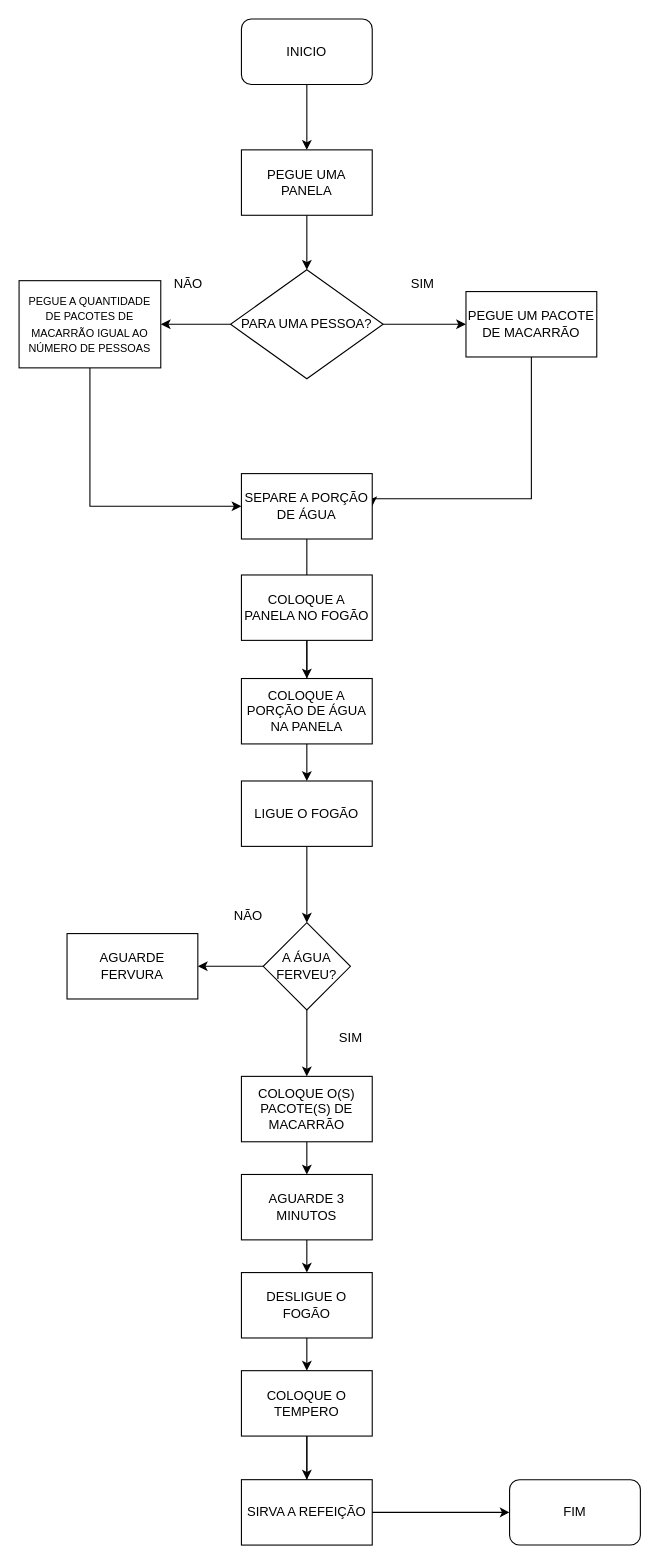
This is REFEIÇÃO.drawio from Hernandes01/Hernandes01, a draw.io file, before an edit. Source tidied: cells renumbered, new cells numbered last; positions are measured from the earlier drawing's top-left corner, leaving out a move shared by most shapes. Both pictures are drawn from the tidied source at 109%, with x=0, y=0 at pixel (19, 19).
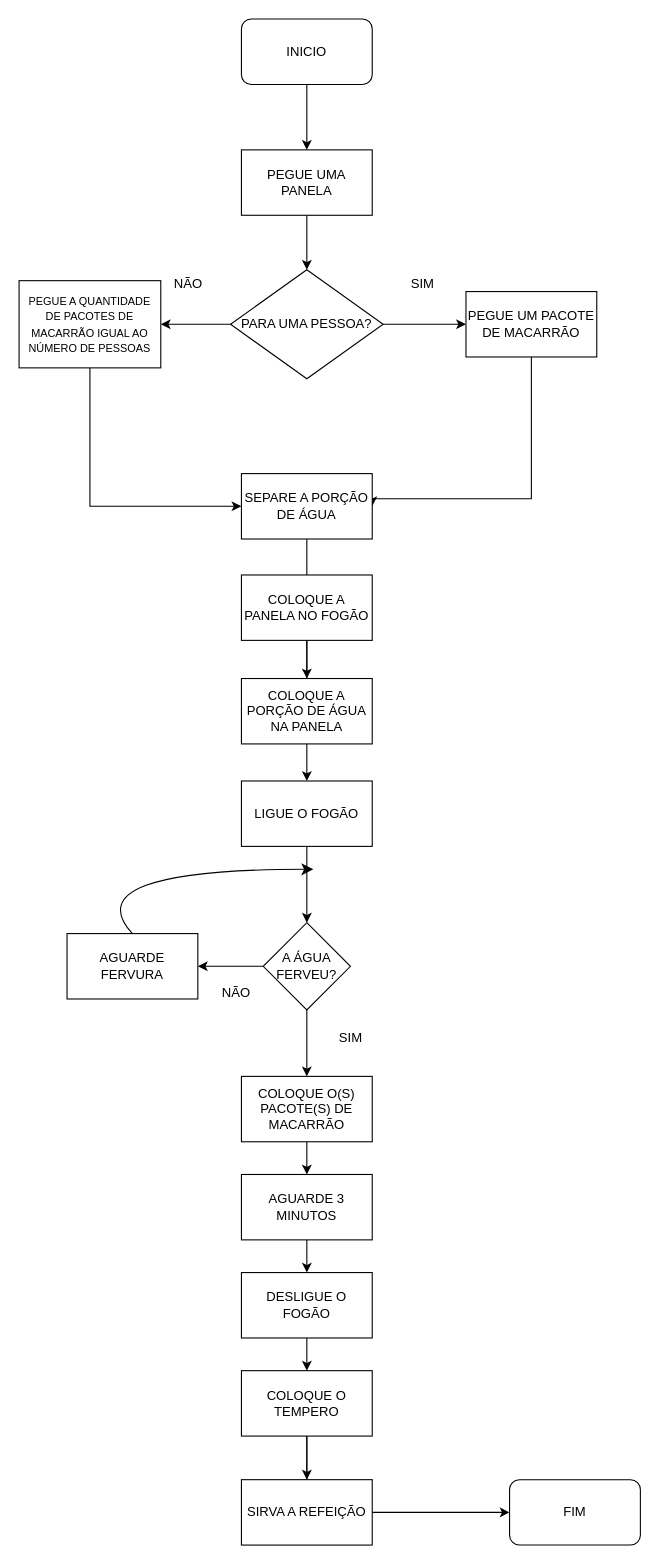
The same diagram, later.

Unchanged cells that the change refers to:
```xml
<mxCell id="28" value="AGUARDE FERVURA" style="whiteSpace=wrap;html=1;rounded=0;" parent="1" vertex="1">
  <mxGeometry x="44" y="839" width="120" height="60" as="geometry" />
</mxCell>
```

What changed in the source:
```diff
@@
+    <mxCell id="39" style="edgeStyle=none;curved=1;rounded=0;jettySize=auto;html=1;exitX=0.5;exitY=0;exitDx=0;exitDy=0;fontSize=12;startSize=8;endSize=8;" parent="1" edge="1" source="28">
+      <mxGeometry relative="1" as="geometry">
+        <mxPoint x="270" y="780" as="targetPoint" />
+        <Array as="points">
+          <mxPoint x="50" y="780" />
+        </Array>
+      </mxGeometry>
+    </mxCell>
@@
     <mxCell id="29" value="NÃO" style="text;html=1;align=center;verticalAlign=middle;strokeColor=none;fillColor=none;" parent="1" vertex="1">
-      <mxGeometry x="185" y="808" width="50" height="30" as="geometry" />
+      <mxGeometry x="174" y="879" width="50" height="30" as="geometry" />
     </mxCell>
```
